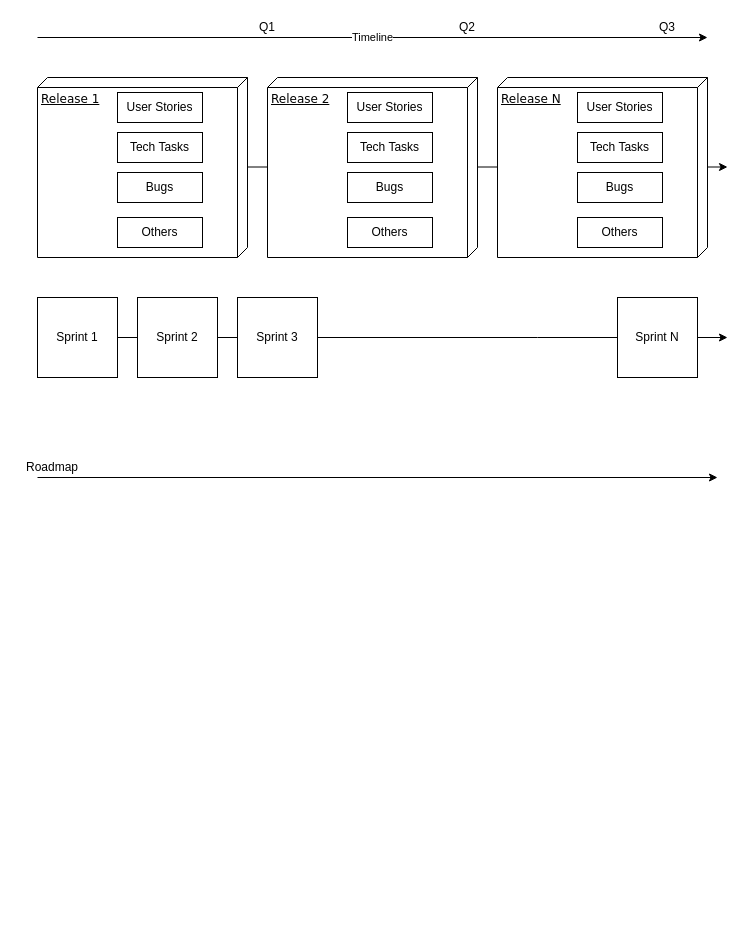
Earlier version of the draw.io diagram page "Jira - Structure" (1 of 2) of Untitled Diagram.drawio (j-croix/Python_basics). Source tidied: cells renumbered, new cells numbered last; positions are measured from the earlier drawing's top-left corner, leaving out a move shared by most shapes. Both pictures are drawn from the tidied source at 100%, with x=0, y=0 at pixel (37, 17).
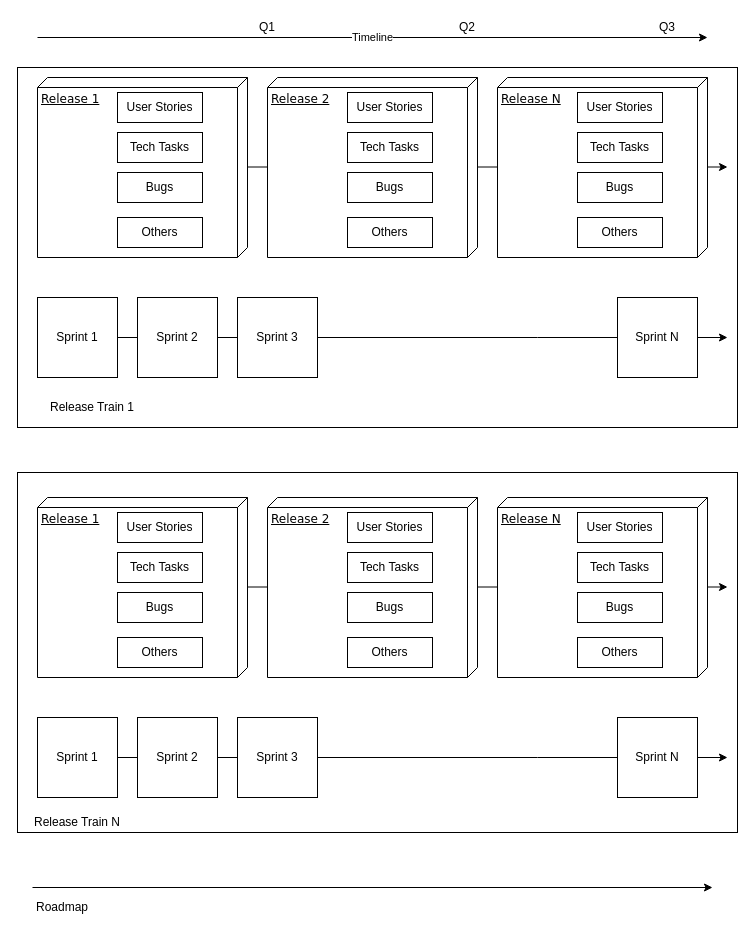
The same page after the edit.

Change to the diagram source:
```diff
@@
+    <mxCell id="29" style="rounded=0;whiteSpace=wrap;html=1;" parent="1" vertex="1">
+      <mxGeometry x="-20" y="50" width="720" height="360" as="geometry" />
+    </mxCell>
@@
     <mxCell id="20" style="endArrow=classic;html=1;" parent="1" edge="1">
       <mxGeometry relative="1" as="geometry">
-        <mxPoint y="460" as="sourcePoint" />
-        <mxPoint x="680" y="460" as="targetPoint" />
+        <mxPoint x="-5" y="870" as="sourcePoint" />
+        <mxPoint x="675" y="870" as="targetPoint" />
       </mxGeometry>
     </mxCell>
@@
     <mxCell id="23" value="Roadmap" style="text;html=1;strokeColor=none;fillColor=none;align=center;verticalAlign=middle;whiteSpace=wrap;rounded=0;" parent="1" vertex="1">
-      <mxGeometry y="440" width="30" height="20" as="geometry" />
+      <mxGeometry x="10" y="880" width="30" height="20" as="geometry" />
     </mxCell>
@@
+    <mxCell id="30" value="Release Train 1" style="text;html=1;strokeColor=none;fillColor=none;align=center;verticalAlign=middle;whiteSpace=wrap;overflow=hidden;" parent="1" vertex="1">
+      <mxGeometry y="380" width="110" height="20" as="geometry" />
+    </mxCell>
+    <mxCell id="31" style="rounded=0;whiteSpace=wrap;html=1;" parent="1" vertex="1">
+      <mxGeometry x="-20" y="455" width="720" height="360" as="geometry" />
+    </mxCell>
+    <mxCell id="32" style="edgeStyle=orthogonalEdgeStyle;rounded=0;orthogonalLoop=1;jettySize=auto;html=1;exitX=0;exitY=0.5;exitDx=0;exitDy=0;" parent="1" edge="1">
+      <mxGeometry relative="1" as="geometry">
+        <mxPoint y="569.5" as="sourcePoint" />
+        <mxPoint x="690" y="569.5" as="targetPoint" />
+        <Array as="points">
+          <mxPoint x="500" y="569.5" />
+          <mxPoint x="500" y="569.5" />
+        </Array>
+      </mxGeometry>
+    </mxCell>
+    <mxCell id="33" style="edgeStyle=orthogonalEdgeStyle;rounded=0;jettySize=auto;html=1;exitX=0;exitY=0.5;exitDx=0;exitDy=0;" parent="1" edge="1" source="49">
+      <mxGeometry relative="1" as="geometry">
+        <mxPoint x="690" y="740" as="targetPoint" />
+        <Array as="points">
+          <mxPoint x="500" y="740" />
+          <mxPoint x="500" y="740" />
+        </Array>
+      </mxGeometry>
+    </mxCell>
+    <mxCell id="34" value="Release 1" style="verticalAlign=top;align=left;spacingTop=8;spacingLeft=2;spacingRight=12;shape=cube;size=10;direction=south;fontStyle=4;html=1;rounded=0;shadow=0;comic=0;labelBackgroundColor=none;strokeWidth=1;fontFamily=Verdana;fontSize=12;" parent="1" vertex="1">
+      <mxGeometry y="480" width="210" height="180" as="geometry" />
+    </mxCell>
+    <mxCell id="35" value="User Stories" style="rounded=0;whiteSpace=wrap;html=1;" parent="1" vertex="1">
+      <mxGeometry x="80" y="495" width="85" height="30" as="geometry" />
+    </mxCell>
+    <mxCell id="36" value="Tech Tasks" style="rounded=0;whiteSpace=wrap;html=1;" parent="1" vertex="1">
+      <mxGeometry x="80" y="535" width="85" height="30" as="geometry" />
+    </mxCell>
+    <mxCell id="37" value="Bugs" style="rounded=0;whiteSpace=wrap;html=1;" parent="1" vertex="1">
+      <mxGeometry x="80" y="575" width="85" height="30" as="geometry" />
+    </mxCell>
+    <mxCell id="38" value="Release 2" style="verticalAlign=top;align=left;spacingTop=8;spacingLeft=2;spacingRight=12;shape=cube;size=10;direction=south;fontStyle=4;html=1;rounded=0;shadow=0;comic=0;labelBackgroundColor=none;strokeWidth=1;fontFamily=Verdana;fontSize=12;" parent="1" vertex="1">
+      <mxGeometry x="230" y="480" width="210" height="180" as="geometry" />
+    </mxCell>
+    <mxCell id="39" value="User Stories" style="rounded=0;whiteSpace=wrap;html=1;" parent="1" vertex="1">
+      <mxGeometry x="310" y="495" width="85" height="30" as="geometry" />
+    </mxCell>
+    <mxCell id="40" value="Tech Tasks" style="rounded=0;whiteSpace=wrap;html=1;" parent="1" vertex="1">
+      <mxGeometry x="310" y="535" width="85" height="30" as="geometry" />
+    </mxCell>
+    <mxCell id="41" value="Bugs" style="rounded=0;whiteSpace=wrap;html=1;" parent="1" vertex="1">
+      <mxGeometry x="310" y="575" width="85" height="30" as="geometry" />
+    </mxCell>
+    <mxCell id="42" value="Release N" style="verticalAlign=top;align=left;spacingTop=8;spacingLeft=2;spacingRight=12;shape=cube;size=10;direction=south;fontStyle=4;html=1;rounded=0;shadow=0;comic=0;labelBackgroundColor=none;strokeWidth=1;fontFamily=Verdana;fontSize=12;" parent="1" vertex="1">
+      <mxGeometry x="460" y="480" width="210" height="180" as="geometry" />
+    </mxCell>
+    <mxCell id="43" value="User Stories" style="rounded=0;whiteSpace=wrap;html=1;" parent="1" vertex="1">
+      <mxGeometry x="540" y="495" width="85" height="30" as="geometry" />
+    </mxCell>
+    <mxCell id="44" value="Tech Tasks" style="rounded=0;whiteSpace=wrap;html=1;" parent="1" vertex="1">
+      <mxGeometry x="540" y="535" width="85" height="30" as="geometry" />
+    </mxCell>
+    <mxCell id="45" value="Bugs" style="rounded=0;whiteSpace=wrap;html=1;" parent="1" vertex="1">
+      <mxGeometry x="540" y="575" width="85" height="30" as="geometry" />
+    </mxCell>
+    <mxCell id="46" value="Others" style="rounded=0;whiteSpace=wrap;html=1;" parent="1" vertex="1">
+      <mxGeometry x="80" y="620" width="85" height="30" as="geometry" />
+    </mxCell>
+    <mxCell id="47" value="Others" style="rounded=0;whiteSpace=wrap;html=1;" parent="1" vertex="1">
+      <mxGeometry x="310" y="620" width="85" height="30" as="geometry" />
+    </mxCell>
+    <mxCell id="48" value="Others" style="rounded=0;whiteSpace=wrap;html=1;" parent="1" vertex="1">
+      <mxGeometry x="540" y="620" width="85" height="30" as="geometry" />
+    </mxCell>
+    <mxCell id="49" value="Sprint 1" style="whiteSpace=wrap;html=1;" parent="1" vertex="1">
+      <mxGeometry y="700" width="80" height="80" as="geometry" />
+    </mxCell>
+    <mxCell id="50" value="Sprint 2" style="whiteSpace=wrap;html=1;" parent="1" vertex="1">
+      <mxGeometry x="100" y="700" width="80" height="80" as="geometry" />
+    </mxCell>
+    <mxCell id="51" value="Sprint 3" style="whiteSpace=wrap;html=1;" parent="1" vertex="1">
+      <mxGeometry x="200" y="700" width="80" height="80" as="geometry" />
+    </mxCell>
+    <mxCell id="52" value="Sprint N" style="whiteSpace=wrap;html=1;" parent="1" vertex="1">
+      <mxGeometry x="580" y="700" width="80" height="80" as="geometry" />
+    </mxCell>
+    <mxCell id="53" value="Release Train N" style="text;html=1;strokeColor=none;fillColor=none;align=center;verticalAlign=middle;whiteSpace=wrap;overflow=hidden;" parent="1" vertex="1">
+      <mxGeometry x="-15" y="795" width="110" height="20" as="geometry" />
+    </mxCell>
```
